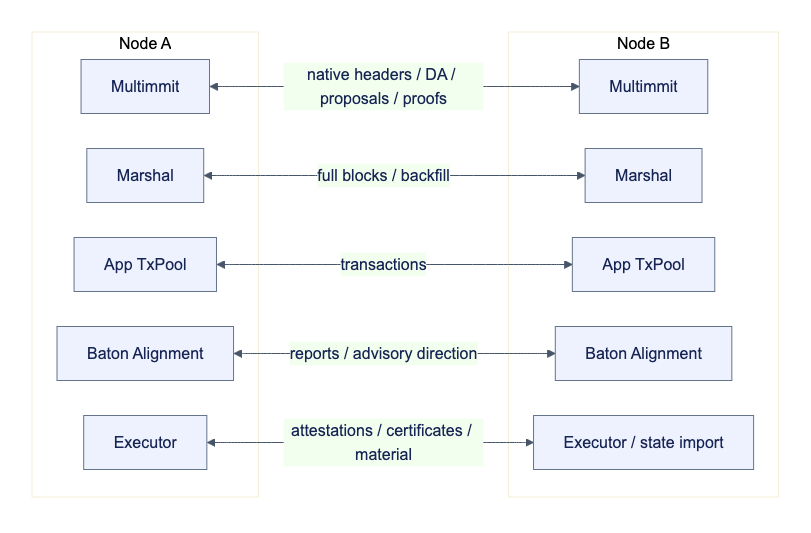
djm07073/baton keeps this Mermaid diagram as docs/assets/diagrams/diagram-33.png. Above is the earlier version. Its source is kept beside it as docs/assets/diagrams/diagram-33.mmd. The source it was exported from:
```mermaid
flowchart LR
    subgraph L["Node A"]
        N1["Multimmit"]
        M1["Marshal"]
        P1["App TxPool"]
        B1["Baton Alignment"]
        E1["Executor"]
    end
    subgraph R["Node B"]
        N2["Multimmit"]
        M2["Marshal"]
        P2["App TxPool"]
        B2["Baton Alignment"]
        E2["Executor / state import"]
    end
    N1 <-->|"native headers / DA / proposals / proofs"| N2
    M1 <-->|"full blocks / backfill"| M2
    P1 <-->|"transactions"| P2
    B1 <-->|"reports / advisory direction"| B2
    E1 <-->|"attestations / certificates / material"| E2
```
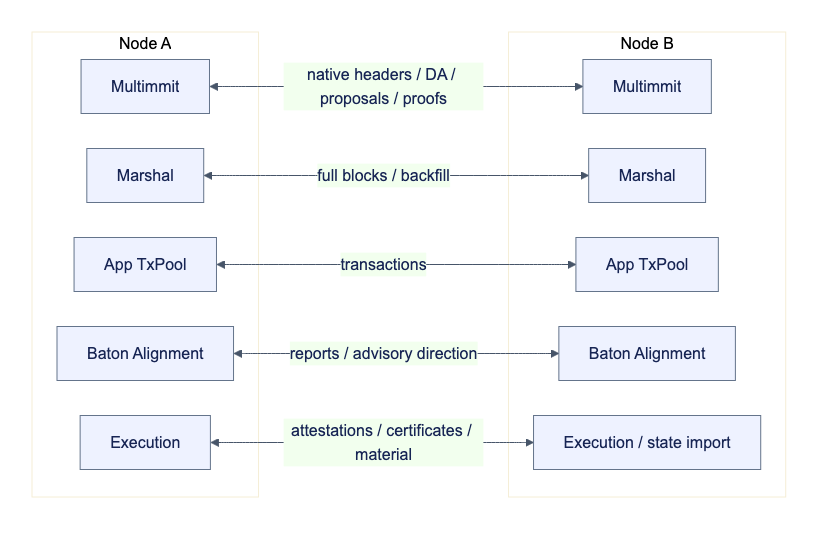
After the change.

Change to the diagram source:
```diff
@@ -4,14 +4,14 @@
         M1["Marshal"]
         P1["App TxPool"]
         B1["Baton Alignment"]
-        E1["Executor"]
+        E1["Execution"]
     end
     subgraph R["Node B"]
         N2["Multimmit"]
         M2["Marshal"]
         P2["App TxPool"]
         B2["Baton Alignment"]
-        E2["Executor / state import"]
+        E2["Execution / state import"]
     end
     N1 <-->|"native headers / DA / proposals / proofs"| N2
     M1 <-->|"full blocks / backfill"| M2
```
